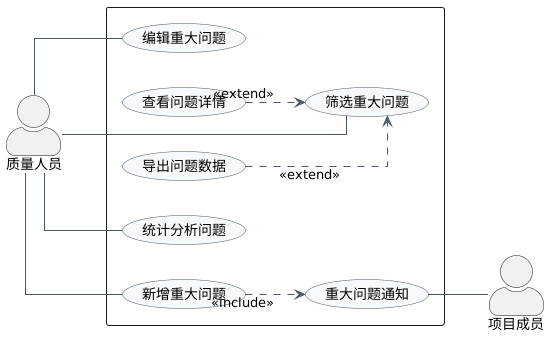
Before: imgs/usecase/重大问题用例图.png, a diagram exported from PlantUML (Moon-Knight1/SEU-Graduation-Thesis-Template).
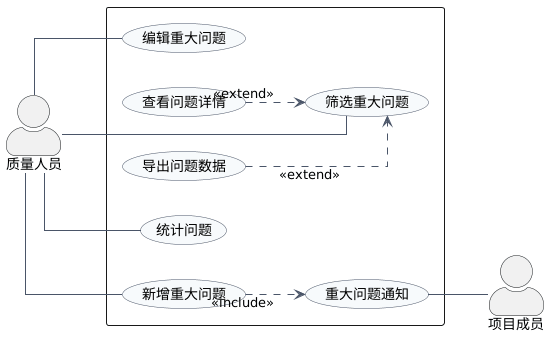
After the commit.

The edit, as a diff of the source:
```diff
@@ -17,7 +17,7 @@
   usecase "新增重大问题" as UC_Add
   usecase "编辑重大问题" as UC_Edit
   usecase "导出问题数据" as UC_Export
-  usecase "统计分析问题" as UC_Stats
+  usecase "统计问题" as UC_Stats
   usecase "重大问题通知" as UC_Message
 }
 Manager -- UC_Query
```
